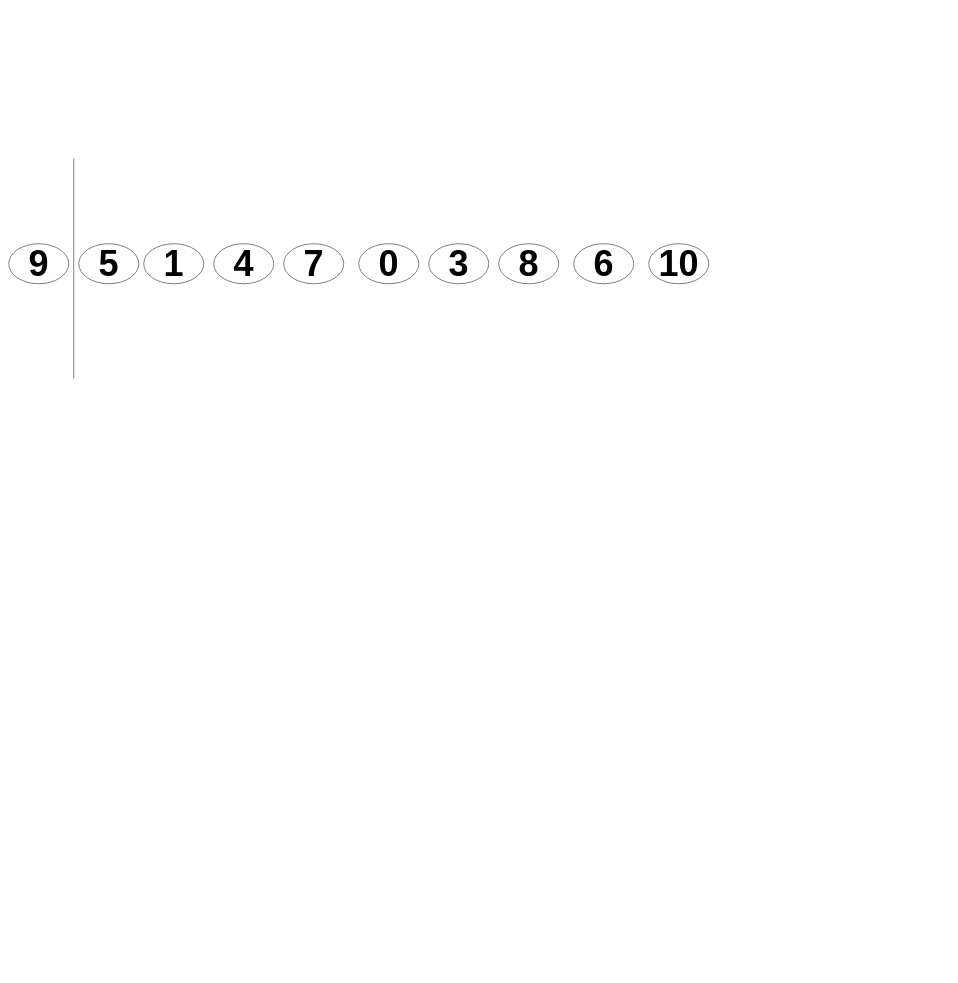
Above: algo.drawio in ffyyhh995511/draw.io (draw.io), before the change. Source tidied: cells renumbered, new cells numbered last; positions are measured from the earlier drawing's top-left corner, leaving out a move shared by most shapes. Both pictures are drawn from the tidied source at 50%, with x=0, y=0 at pixel (8, 158).
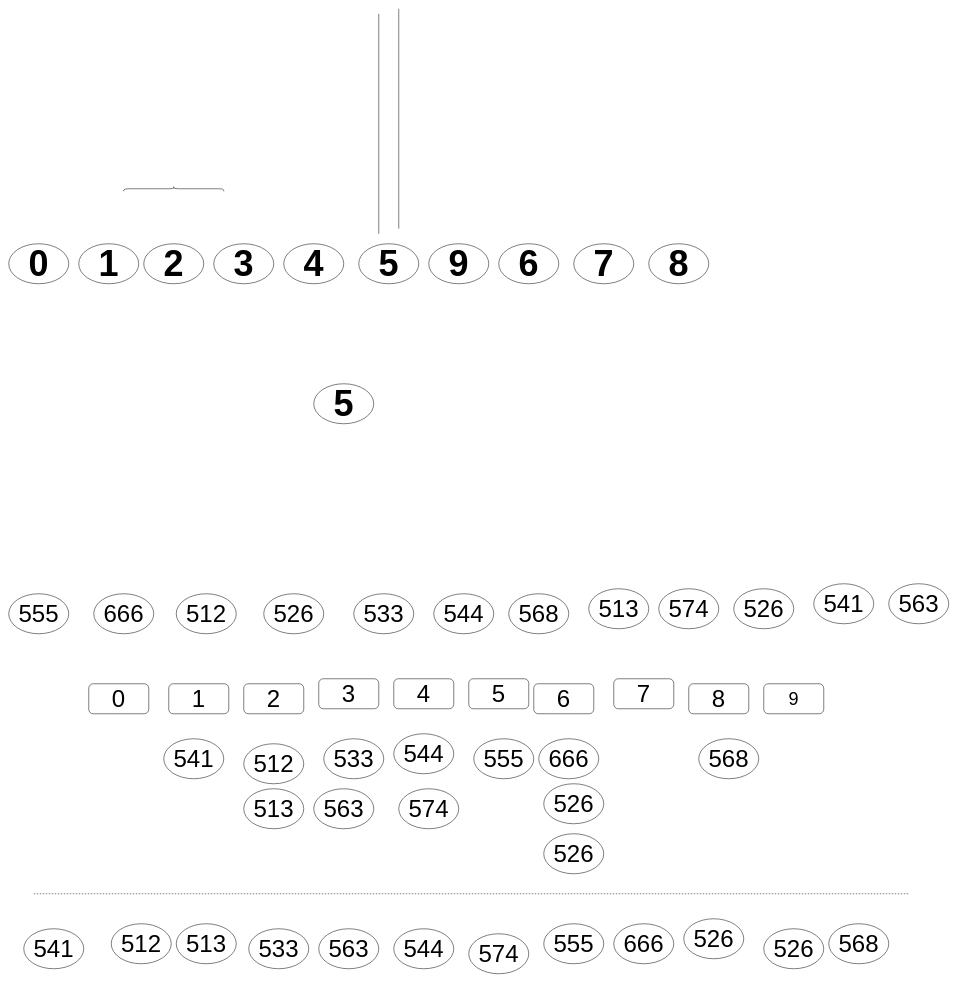
The same diagram, later.

Change to the diagram source:
```diff
@@
-    <mxCell id="2" value="&lt;b&gt;&lt;font style=&quot;font-size: 72px&quot;&gt;5&lt;/font&gt;&lt;/b&gt;" style="ellipse;whiteSpace=wrap;html=1;" parent="1" vertex="1">
+    <mxCell id="2" value="&lt;b&gt;&lt;font style=&quot;font-size: 72px&quot;&gt;1&lt;/font&gt;&lt;/b&gt;" style="ellipse;whiteSpace=wrap;html=1;" parent="1" vertex="1">
       <mxGeometry x="140" y="170" width="120" height="80" as="geometry" />
     </mxCell>
-    <mxCell id="3" value="&lt;b&gt;&lt;font style=&quot;font-size: 72px&quot;&gt;9&lt;/font&gt;&lt;/b&gt;" style="ellipse;whiteSpace=wrap;html=1;" parent="1" vertex="1">
+    <mxCell id="3" value="&lt;b&gt;&lt;font style=&quot;font-size: 72px&quot;&gt;0&lt;/font&gt;&lt;/b&gt;" style="ellipse;whiteSpace=wrap;html=1;" parent="1" vertex="1">
       <mxGeometry y="170" width="120" height="80" as="geometry" />
     </mxCell>
-    <mxCell id="4" value="&lt;b&gt;&lt;font style=&quot;font-size: 72px&quot;&gt;1&lt;/font&gt;&lt;/b&gt;" style="ellipse;whiteSpace=wrap;html=1;" parent="1" vertex="1">
+    <mxCell id="4" value="&lt;b&gt;&lt;font style=&quot;font-size: 72px&quot;&gt;2&lt;/font&gt;&lt;/b&gt;" style="ellipse;whiteSpace=wrap;html=1;" parent="1" vertex="1">
       <mxGeometry x="270" y="170" width="120" height="80" as="geometry" />
     </mxCell>
-    <mxCell id="5" value="&lt;b&gt;&lt;font style=&quot;font-size: 72px&quot;&gt;6&lt;/font&gt;&lt;/b&gt;" style="ellipse;whiteSpace=wrap;html=1;" parent="1" vertex="1">
+    <mxCell id="5" value="&lt;span style=&quot;font-size: 72px&quot;&gt;&lt;b&gt;7&lt;/b&gt;&lt;/span&gt;" style="ellipse;whiteSpace=wrap;html=1;" parent="1" vertex="1">
       <mxGeometry x="1130" y="170" width="120" height="80" as="geometry" />
     </mxCell>
-    <mxCell id="6" value="&lt;b&gt;&lt;font style=&quot;font-size: 72px&quot;&gt;8&lt;/font&gt;&lt;/b&gt;" style="ellipse;whiteSpace=wrap;html=1;" parent="1" vertex="1">
+    <mxCell id="6" value="&lt;b&gt;&lt;font style=&quot;font-size: 72px&quot;&gt;6&lt;/font&gt;&lt;/b&gt;" style="ellipse;whiteSpace=wrap;html=1;" parent="1" vertex="1">
       <mxGeometry x="980" y="170" width="120" height="80" as="geometry" />
     </mxCell>
-    <mxCell id="7" value="&lt;span style=&quot;font-size: 72px&quot;&gt;&lt;b&gt;3&lt;/b&gt;&lt;/span&gt;" style="ellipse;whiteSpace=wrap;html=1;" parent="1" vertex="1">
+    <mxCell id="7" value="&lt;font style=&quot;font-size: 72px&quot;&gt;&lt;b&gt;9&lt;/b&gt;&lt;/font&gt;" style="ellipse;whiteSpace=wrap;html=1;" parent="1" vertex="1">
       <mxGeometry x="840" y="170" width="120" height="80" as="geometry" />
     </mxCell>
-    <mxCell id="8" value="&lt;b&gt;&lt;font style=&quot;font-size: 72px&quot;&gt;0&lt;/font&gt;&lt;/b&gt;" style="ellipse;whiteSpace=wrap;html=1;" parent="1" vertex="1">
+    <mxCell id="8" value="&lt;b&gt;&lt;font style=&quot;font-size: 72px&quot;&gt;5&lt;/font&gt;&lt;/b&gt;" style="ellipse;whiteSpace=wrap;html=1;" parent="1" vertex="1">
       <mxGeometry x="700" y="170" width="120" height="80" as="geometry" />
     </mxCell>
-    <mxCell id="9" value="&lt;b&gt;&lt;font style=&quot;font-size: 72px&quot;&gt;7&lt;/font&gt;&lt;/b&gt;" style="ellipse;whiteSpace=wrap;html=1;" parent="1" vertex="1">
+    <mxCell id="9" value="&lt;b&gt;&lt;font style=&quot;font-size: 72px&quot;&gt;4&lt;/font&gt;&lt;/b&gt;" style="ellipse;whiteSpace=wrap;html=1;" parent="1" vertex="1">
       <mxGeometry x="550" y="170" width="120" height="80" as="geometry" />
     </mxCell>
-    <mxCell id="10" value="&lt;b&gt;&lt;font style=&quot;font-size: 72px&quot;&gt;4&lt;/font&gt;&lt;/b&gt;" style="ellipse;whiteSpace=wrap;html=1;" parent="1" vertex="1">
+    <mxCell id="10" value="&lt;b&gt;&lt;font style=&quot;font-size: 72px&quot;&gt;3&lt;/font&gt;&lt;/b&gt;" style="ellipse;whiteSpace=wrap;html=1;" parent="1" vertex="1">
       <mxGeometry x="410" y="170" width="120" height="80" as="geometry" />
     </mxCell>
     <mxCell id="11" style="endArrow=none;html=1;" parent="1" edge="1">
       <mxGeometry relative="1" as="geometry">
-        <mxPoint x="130" y="440" as="sourcePoint" />
-        <mxPoint x="130" as="targetPoint" />
+        <mxPoint x="740" y="150" as="sourcePoint" />
+        <mxPoint x="740" y="-290" as="targetPoint" />
       </mxGeometry>
     </mxCell>
-    <mxCell id="12" value="&lt;span style=&quot;font-size: 72px&quot;&gt;&lt;b&gt;10&lt;/b&gt;&lt;/span&gt;" style="ellipse;whiteSpace=wrap;html=1;" parent="1" vertex="1">
+    <mxCell id="12" value="&lt;span style=&quot;font-size: 72px&quot;&gt;&lt;b&gt;8&lt;/b&gt;&lt;/span&gt;" style="ellipse;whiteSpace=wrap;html=1;" parent="1" vertex="1">
       <mxGeometry x="1280" y="170" width="120" height="80" as="geometry" />
     </mxCell>
+    <mxCell id="13" style="shape=curlyBracket;whiteSpace=wrap;html=1;rounded=1;rotation=90;" parent="1" vertex="1">
+      <mxGeometry x="325" y="-40" width="10" height="200" as="geometry" />
+    </mxCell>
+    <mxCell id="14" value="&lt;font style=&quot;font-size: 72px&quot;&gt;&lt;b&gt;5&lt;/b&gt;&lt;/font&gt;" style="ellipse;whiteSpace=wrap;html=1;" parent="1" vertex="1">
+      <mxGeometry x="610" y="450" width="120" height="80" as="geometry" />
+    </mxCell>
+    <mxCell id="15" style="endArrow=none;html=1;" parent="1" edge="1">
+      <mxGeometry relative="1" as="geometry">
+        <mxPoint x="780" y="140" as="sourcePoint" />
+        <mxPoint x="780" y="-300" as="targetPoint" />
+      </mxGeometry>
+    </mxCell>
+    <mxCell id="16" value="&lt;font style=&quot;font-size: 48px&quot;&gt;666&lt;/font&gt;" style="ellipse;whiteSpace=wrap;html=1;" parent="1" vertex="1">
+      <mxGeometry x="170" y="870" width="120" height="80" as="geometry" />
+    </mxCell>
+    <mxCell id="17" value="&lt;font style=&quot;font-size: 48px&quot;&gt;555&lt;/font&gt;" style="ellipse;whiteSpace=wrap;html=1;" parent="1" vertex="1">
+      <mxGeometry y="870" width="120" height="80" as="geometry" />
+    </mxCell>
+    <mxCell id="18" value="&lt;font style=&quot;font-size: 48px&quot;&gt;563&lt;/font&gt;" style="ellipse;whiteSpace=wrap;html=1;" parent="1" vertex="1">
+      <mxGeometry x="1760" y="850" width="120" height="80" as="geometry" />
+    </mxCell>
+    <mxCell id="19" value="&lt;font style=&quot;font-size: 48px&quot;&gt;541&lt;/font&gt;" style="ellipse;whiteSpace=wrap;html=1;" parent="1" vertex="1">
+      <mxGeometry x="1610" y="850" width="120" height="80" as="geometry" />
+    </mxCell>
+    <mxCell id="20" value="&lt;font style=&quot;font-size: 48px&quot;&gt;526&lt;/font&gt;" style="ellipse;whiteSpace=wrap;html=1;" parent="1" vertex="1">
+      <mxGeometry x="1450" y="860" width="120" height="80" as="geometry" />
+    </mxCell>
+    <mxCell id="21" value="&lt;font style=&quot;font-size: 48px&quot;&gt;574&lt;/font&gt;" style="ellipse;whiteSpace=wrap;html=1;" parent="1" vertex="1">
+      <mxGeometry x="1300" y="860" width="120" height="80" as="geometry" />
+    </mxCell>
+    <mxCell id="22" value="&lt;font style=&quot;font-size: 48px&quot;&gt;513&lt;/font&gt;" style="ellipse;whiteSpace=wrap;html=1;" parent="1" vertex="1">
+      <mxGeometry x="1160" y="860" width="120" height="80" as="geometry" />
+    </mxCell>
+    <mxCell id="23" value="&lt;font style=&quot;font-size: 48px&quot;&gt;568&lt;/font&gt;" style="ellipse;whiteSpace=wrap;html=1;" parent="1" vertex="1">
+      <mxGeometry x="1000" y="870" width="120" height="80" as="geometry" />
+    </mxCell>
+    <mxCell id="24" value="&lt;font style=&quot;font-size: 48px&quot;&gt;544&lt;/font&gt;" style="ellipse;whiteSpace=wrap;html=1;" parent="1" vertex="1">
+      <mxGeometry x="850" y="870" width="120" height="80" as="geometry" />
+    </mxCell>
+    <mxCell id="25" value="&lt;font style=&quot;font-size: 48px&quot;&gt;533&lt;/font&gt;" style="ellipse;whiteSpace=wrap;html=1;" parent="1" vertex="1">
+      <mxGeometry x="690" y="870" width="120" height="80" as="geometry" />
+    </mxCell>
+    <mxCell id="26" value="&lt;font style=&quot;font-size: 48px&quot;&gt;526&lt;/font&gt;" style="ellipse;whiteSpace=wrap;html=1;" parent="1" vertex="1">
+      <mxGeometry x="510" y="870" width="120" height="80" as="geometry" />
+    </mxCell>
+    <mxCell id="27" value="&lt;font style=&quot;font-size: 48px&quot;&gt;512&lt;/font&gt;" style="ellipse;whiteSpace=wrap;html=1;" parent="1" vertex="1">
+      <mxGeometry x="335" y="870" width="120" height="80" as="geometry" />
+    </mxCell>
+    <mxCell id="28" value="&lt;font style=&quot;font-size: 48px&quot;&gt;0&lt;/font&gt;" style="rounded=1;whiteSpace=wrap;html=1;" parent="1" vertex="1">
+      <mxGeometry x="160" y="1050" width="120" height="60" as="geometry" />
+    </mxCell>
+    <mxCell id="29" value="&lt;font style=&quot;font-size: 48px&quot;&gt;8&lt;/font&gt;" style="rounded=1;whiteSpace=wrap;html=1;" parent="1" vertex="1">
+      <mxGeometry x="1360" y="1050" width="120" height="60" as="geometry" />
+    </mxCell>
+    <mxCell id="30" value="&lt;font style=&quot;font-size: 48px&quot;&gt;7&lt;/font&gt;" style="rounded=1;whiteSpace=wrap;html=1;" parent="1" vertex="1">
+      <mxGeometry x="1210" y="1040" width="120" height="60" as="geometry" />
+    </mxCell>
+    <mxCell id="31" value="&lt;font style=&quot;font-size: 48px&quot;&gt;6&lt;/font&gt;" style="rounded=1;whiteSpace=wrap;html=1;" parent="1" vertex="1">
+      <mxGeometry x="1050" y="1050" width="120" height="60" as="geometry" />
+    </mxCell>
+    <mxCell id="32" value="&lt;font style=&quot;font-size: 48px&quot;&gt;5&lt;/font&gt;" style="rounded=1;whiteSpace=wrap;html=1;" parent="1" vertex="1">
+      <mxGeometry x="920" y="1040" width="120" height="60" as="geometry" />
+    </mxCell>
+    <mxCell id="33" value="&lt;font style=&quot;font-size: 48px&quot;&gt;4&lt;/font&gt;" style="rounded=1;whiteSpace=wrap;html=1;" parent="1" vertex="1">
+      <mxGeometry x="770" y="1040" width="120" height="60" as="geometry" />
+    </mxCell>
+    <mxCell id="34" value="&lt;font style=&quot;font-size: 48px&quot;&gt;3&lt;/font&gt;" style="rounded=1;whiteSpace=wrap;html=1;" parent="1" vertex="1">
+      <mxGeometry x="620" y="1040" width="120" height="60" as="geometry" />
+    </mxCell>
+    <mxCell id="35" value="&lt;font style=&quot;font-size: 48px&quot;&gt;2&lt;/font&gt;" style="rounded=1;whiteSpace=wrap;html=1;" parent="1" vertex="1">
+      <mxGeometry x="470" y="1050" width="120" height="60" as="geometry" />
+    </mxCell>
+    <mxCell id="36" value="&lt;font style=&quot;font-size: 48px&quot;&gt;1&lt;/font&gt;" style="rounded=1;whiteSpace=wrap;html=1;" parent="1" vertex="1">
+      <mxGeometry x="320" y="1050" width="120" height="60" as="geometry" />
+    </mxCell>
+    <mxCell id="37" value="&lt;font style=&quot;font-size: 36px&quot;&gt;9&lt;/font&gt;" style="rounded=1;whiteSpace=wrap;html=1;" parent="1" vertex="1">
+      <mxGeometry x="1510" y="1050" width="120" height="60" as="geometry" />
+    </mxCell>
+    <mxCell id="38" value="&lt;font style=&quot;font-size: 48px&quot;&gt;555&lt;/font&gt;" style="ellipse;whiteSpace=wrap;html=1;" parent="1" vertex="1">
+      <mxGeometry x="930" y="1160" width="120" height="80" as="geometry" />
+    </mxCell>
+    <mxCell id="39" value="&lt;font style=&quot;font-size: 48px&quot;&gt;666&lt;/font&gt;" style="ellipse;whiteSpace=wrap;html=1;" parent="1" vertex="1">
+      <mxGeometry x="1060" y="1160" width="120" height="80" as="geometry" />
+    </mxCell>
+    <mxCell id="40" value="&lt;font style=&quot;font-size: 48px&quot;&gt;512&lt;/font&gt;" style="ellipse;whiteSpace=wrap;html=1;" parent="1" vertex="1">
+      <mxGeometry x="470" y="1170" width="120" height="80" as="geometry" />
+    </mxCell>
+    <mxCell id="41" value="&lt;font style=&quot;font-size: 48px&quot;&gt;526&lt;/font&gt;" style="ellipse;whiteSpace=wrap;html=1;" parent="1" vertex="1">
+      <mxGeometry x="1070" y="1250" width="120" height="80" as="geometry" />
+    </mxCell>
+    <mxCell id="42" value="&lt;font style=&quot;font-size: 48px&quot;&gt;533&lt;/font&gt;" style="ellipse;whiteSpace=wrap;html=1;" parent="1" vertex="1">
+      <mxGeometry x="630" y="1160" width="120" height="80" as="geometry" />
+    </mxCell>
+    <mxCell id="43" value="&lt;font style=&quot;font-size: 48px&quot;&gt;544&lt;/font&gt;" style="ellipse;whiteSpace=wrap;html=1;" parent="1" vertex="1">
+      <mxGeometry x="770" y="1150" width="120" height="80" as="geometry" />
+    </mxCell>
+    <mxCell id="44" value="&lt;font style=&quot;font-size: 48px&quot;&gt;568&lt;/font&gt;" style="ellipse;whiteSpace=wrap;html=1;" parent="1" vertex="1">
+      <mxGeometry x="1380" y="1160" width="120" height="80" as="geometry" />
+    </mxCell>
+    <mxCell id="45" value="&lt;font style=&quot;font-size: 48px&quot;&gt;513&lt;/font&gt;" style="ellipse;whiteSpace=wrap;html=1;" parent="1" vertex="1">
+      <mxGeometry x="470" y="1260" width="120" height="80" as="geometry" />
+    </mxCell>
+    <mxCell id="46" value="&lt;font style=&quot;font-size: 48px&quot;&gt;574&lt;/font&gt;" style="ellipse;whiteSpace=wrap;html=1;" parent="1" vertex="1">
+      <mxGeometry x="780" y="1260" width="120" height="80" as="geometry" />
+    </mxCell>
+    <mxCell id="47" value="&lt;font style=&quot;font-size: 48px&quot;&gt;541&lt;/font&gt;" style="ellipse;whiteSpace=wrap;html=1;" parent="1" vertex="1">
+      <mxGeometry x="310" y="1160" width="120" height="80" as="geometry" />
+    </mxCell>
+    <mxCell id="48" value="&lt;font style=&quot;font-size: 48px&quot;&gt;563&lt;/font&gt;" style="ellipse;whiteSpace=wrap;html=1;" parent="1" vertex="1">
+      <mxGeometry x="610" y="1260" width="120" height="80" as="geometry" />
+    </mxCell>
+    <mxCell id="49" value="&lt;font style=&quot;font-size: 48px&quot;&gt;541&lt;/font&gt;" style="ellipse;whiteSpace=wrap;html=1;" parent="1" vertex="1">
+      <mxGeometry x="30" y="1540" width="120" height="80" as="geometry" />
+    </mxCell>
+    <mxCell id="50" value="&lt;font style=&quot;font-size: 48px&quot;&gt;512&lt;/font&gt;" style="ellipse;whiteSpace=wrap;html=1;" parent="1" vertex="1">
+      <mxGeometry x="205" y="1530" width="120" height="80" as="geometry" />
+    </mxCell>
+    <mxCell id="51" value="&lt;font style=&quot;font-size: 48px&quot;&gt;513&lt;/font&gt;" style="ellipse;whiteSpace=wrap;html=1;" parent="1" vertex="1">
+      <mxGeometry x="335" y="1530" width="120" height="80" as="geometry" />
+    </mxCell>
+    <mxCell id="52" value="&lt;font style=&quot;font-size: 48px&quot;&gt;533&lt;/font&gt;" style="ellipse;whiteSpace=wrap;html=1;" parent="1" vertex="1">
+      <mxGeometry x="480" y="1540" width="120" height="80" as="geometry" />
+    </mxCell>
+    <mxCell id="53" value="&lt;font style=&quot;font-size: 48px&quot;&gt;563&lt;/font&gt;" style="ellipse;whiteSpace=wrap;html=1;" parent="1" vertex="1">
+      <mxGeometry x="620" y="1540" width="120" height="80" as="geometry" />
+    </mxCell>
+    <mxCell id="54" value="&lt;font style=&quot;font-size: 48px&quot;&gt;544&lt;/font&gt;" style="ellipse;whiteSpace=wrap;html=1;" parent="1" vertex="1">
+      <mxGeometry x="770" y="1540" width="120" height="80" as="geometry" />
+    </mxCell>
+    <mxCell id="55" value="&lt;font style=&quot;font-size: 48px&quot;&gt;574&lt;/font&gt;" style="ellipse;whiteSpace=wrap;html=1;" parent="1" vertex="1">
+      <mxGeometry x="920" y="1550" width="120" height="80" as="geometry" />
+    </mxCell>
+    <mxCell id="56" value="&lt;font style=&quot;font-size: 48px&quot;&gt;555&lt;/font&gt;" style="ellipse;whiteSpace=wrap;html=1;" parent="1" vertex="1">
+      <mxGeometry x="1070" y="1530" width="120" height="80" as="geometry" />
+    </mxCell>
+    <mxCell id="57" value="&lt;font style=&quot;font-size: 48px&quot;&gt;666&lt;/font&gt;" style="ellipse;whiteSpace=wrap;html=1;" parent="1" vertex="1">
+      <mxGeometry x="1210" y="1530" width="120" height="80" as="geometry" />
+    </mxCell>
+    <mxCell id="58" value="&lt;font style=&quot;font-size: 48px&quot;&gt;526&lt;/font&gt;" style="ellipse;whiteSpace=wrap;html=1;" parent="1" vertex="1">
+      <mxGeometry x="1350" y="1520" width="120" height="80" as="geometry" />
+    </mxCell>
+    <mxCell id="59" value="&lt;font style=&quot;font-size: 48px&quot;&gt;526&lt;/font&gt;" style="ellipse;whiteSpace=wrap;html=1;" parent="1" vertex="1">
+      <mxGeometry x="1510" y="1540" width="120" height="80" as="geometry" />
+    </mxCell>
+    <mxCell id="60" value="&lt;font style=&quot;font-size: 48px&quot;&gt;568&lt;/font&gt;" style="ellipse;whiteSpace=wrap;html=1;" parent="1" vertex="1">
+      <mxGeometry x="1640" y="1530" width="120" height="80" as="geometry" />
+    </mxCell>
+    <mxCell id="61" value="&lt;font style=&quot;font-size: 48px&quot;&gt;526&lt;/font&gt;" style="ellipse;whiteSpace=wrap;html=1;" parent="1" vertex="1">
+      <mxGeometry x="1070" y="1350" width="120" height="80" as="geometry" />
+    </mxCell>
+    <mxCell id="62" style="endArrow=none;dashed=1;html=1;" parent="1" edge="1">
+      <mxGeometry relative="1" as="geometry">
+        <mxPoint x="50" y="1470" as="sourcePoint" />
+        <mxPoint x="1800" y="1470" as="targetPoint" />
+      </mxGeometry>
+    </mxCell>
```
